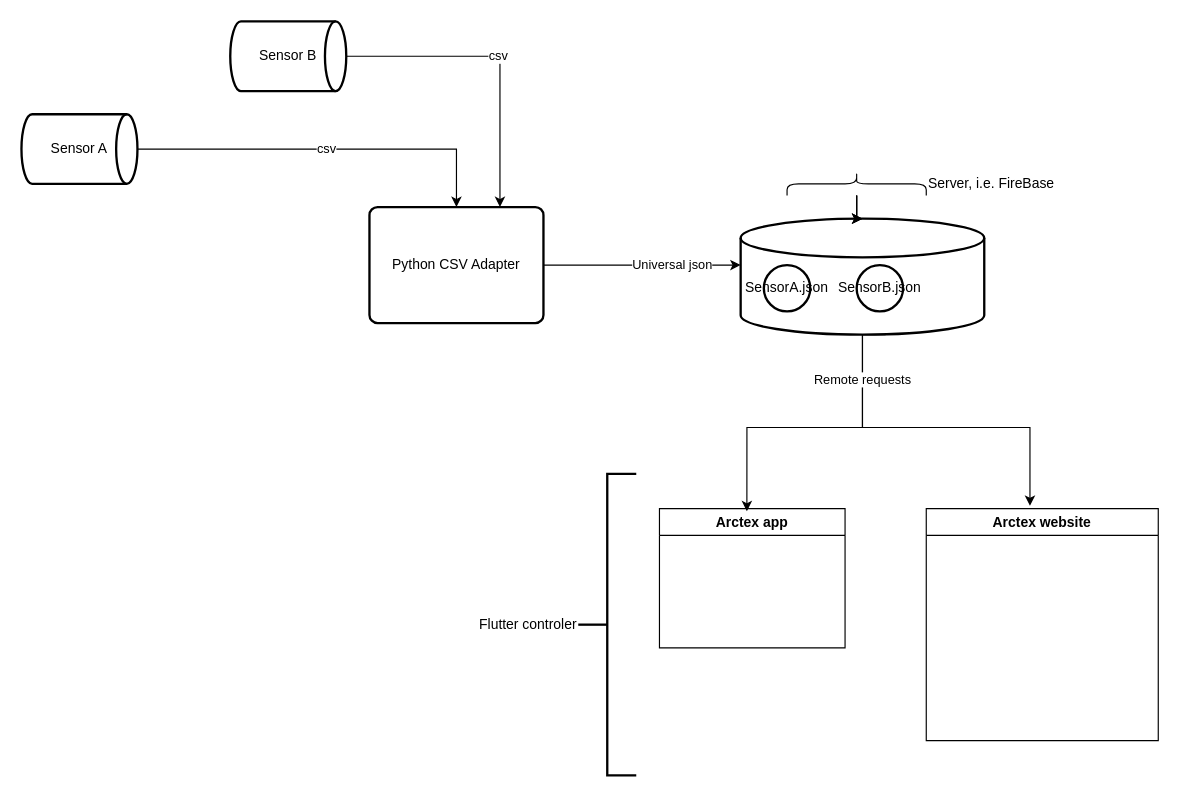
Earlier version of the draw.io diagram Scheme.drawio (michaellevin/arctex). Source tidied: cells renumbered, new cells numbered last; positions are measured from the earlier drawing's top-left corner, leaving out a move shared by most shapes. Both pictures are drawn from the tidied source at 116%, with x=0, y=0 at pixel (21, 21).
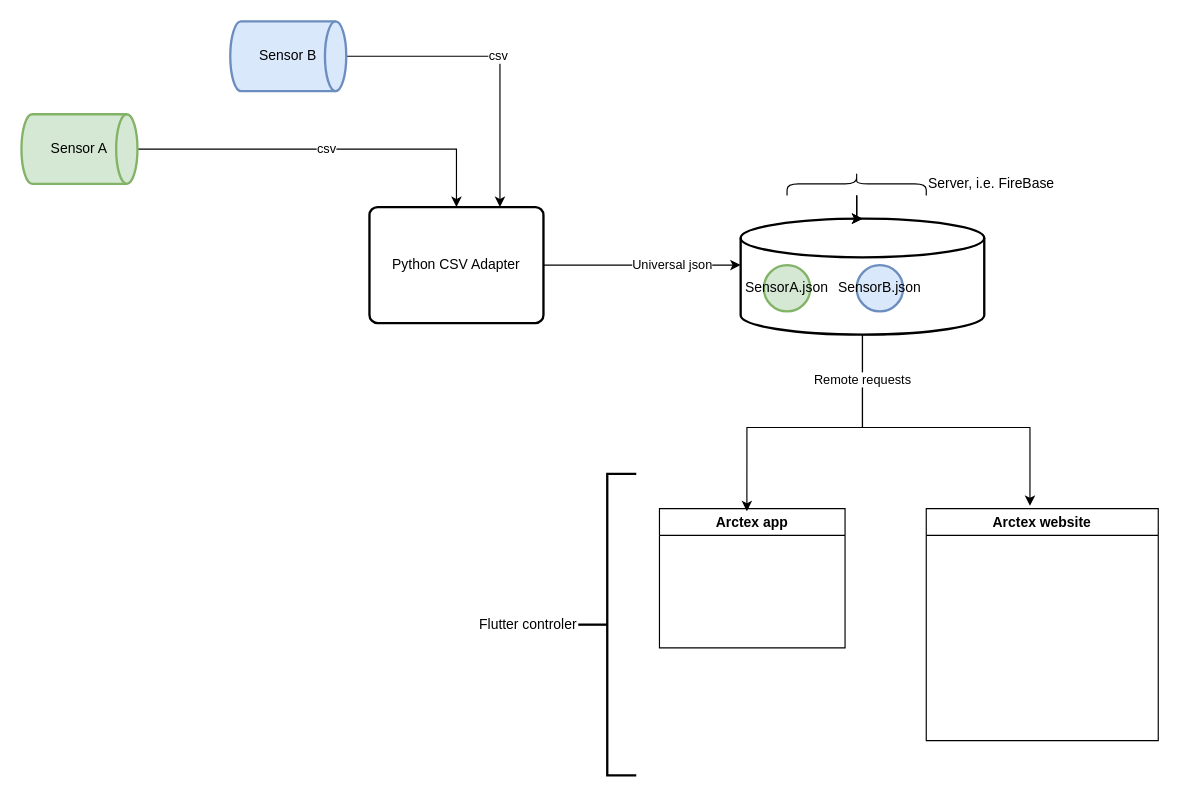
Above is the later version.

The edit, as a diff of the source:
```diff
@@
-    <mxCell id="6" value="Sensor A" style="strokeWidth=2;html=1;shape=mxgraph.flowchart.direct_data;whiteSpace=wrap;" parent="1" vertex="1">
+    <mxCell id="6" value="Sensor A" style="strokeWidth=2;html=1;shape=mxgraph.flowchart.direct_data;whiteSpace=wrap;fillColor=#d5e8d4;strokeColor=#82b366;" parent="1" vertex="1">
       <mxGeometry y="80" width="100" height="60" as="geometry" />
     </mxCell>
@@
-    <mxCell id="8" value="Sensor B" style="strokeWidth=2;html=1;shape=mxgraph.flowchart.direct_data;whiteSpace=wrap;" parent="1" vertex="1">
+    <mxCell id="8" value="Sensor B" style="strokeWidth=2;html=1;shape=mxgraph.flowchart.direct_data;whiteSpace=wrap;fillColor=#dae8fc;strokeColor=#6c8ebf;" parent="1" vertex="1">
       <mxGeometry x="180" width="100" height="60" as="geometry" />
     </mxCell>
@@
-    <mxCell id="11" value="SensorA.json" style="strokeWidth=2;html=1;shape=mxgraph.flowchart.start_2;whiteSpace=wrap;" parent="1" vertex="1">
+    <mxCell id="11" value="SensorA.json" style="strokeWidth=2;html=1;shape=mxgraph.flowchart.start_2;whiteSpace=wrap;fillColor=#d5e8d4;strokeColor=#82b366;" parent="1" vertex="1">
       <mxGeometry x="640" y="210" width="40" height="40" as="geometry" />
     </mxCell>
-    <mxCell id="12" value="SensorB.json" style="strokeWidth=2;html=1;shape=mxgraph.flowchart.start_2;whiteSpace=wrap;" parent="1" vertex="1">
+    <mxCell id="12" value="SensorB.json" style="strokeWidth=2;html=1;shape=mxgraph.flowchart.start_2;whiteSpace=wrap;fillColor=#dae8fc;strokeColor=#6c8ebf;" parent="1" vertex="1">
       <mxGeometry x="720" y="210" width="40" height="40" as="geometry" />
     </mxCell>
```
